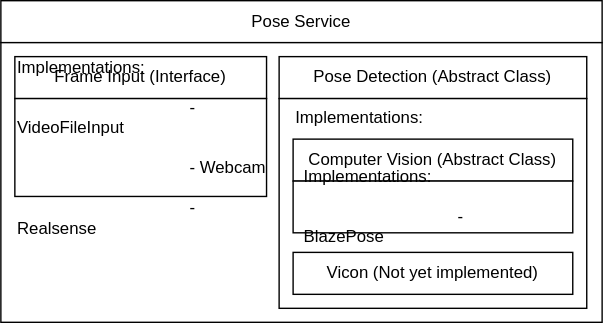
The draw.io diagram documentation/pose_service.drawio.svg in mitchellss/real_time_pose, before a commit. Source tidied: cells renumbered, new cells last; positions are measured from the earlier drawing's top-left corner, leaving out a move shared by most shapes. The source it was exported from:
```xml
<mxGraphModel>
  <root>
    <mxCell id="0" />
    <mxCell id="1" parent="0" />
    <mxCell id="2" value="Pose Service" style="whiteSpace=wrap;html=1;" parent="1" vertex="1">
      <mxGeometry width="430" height="30" as="geometry" />
    </mxCell>
    <mxCell id="3" style="whiteSpace=wrap;html=1;" parent="1" vertex="1">
      <mxGeometry y="30" width="430" height="200" as="geometry" />
    </mxCell>
    <mxCell id="4" style="group;" parent="1" vertex="1">
      <mxGeometry x="10" y="40" width="180" height="140" as="geometry" />
    </mxCell>
    <mxCell id="5" style="group;" parent="4" vertex="1">
      <mxGeometry width="180" height="90" as="geometry" />
    </mxCell>
    <mxCell id="6" value="Frame Input (Interface)" style="whiteSpace=wrap;html=1;" parent="5" vertex="1">
      <mxGeometry width="180" height="30" as="geometry" />
    </mxCell>
    <mxCell id="7" value="&amp;nbsp;Implementations:&lt;br&gt;&lt;span&gt;&lt;span style=&quot;white-space: pre&quot;&gt;&#9;&lt;/span&gt;- VideoFileInput&lt;br&gt;&lt;/span&gt;&lt;span&gt;&lt;span style=&quot;white-space: pre&quot;&gt;&#9;&lt;/span&gt;- Webcam&lt;br&gt;&lt;/span&gt;&lt;span&gt;&lt;span style=&quot;white-space: pre&quot;&gt;&#9;&lt;/span&gt;- Realsense&lt;/span&gt;&lt;span&gt;&lt;br&gt;&lt;/span&gt;" style="whiteSpace=wrap;html=1;align=left;" parent="1" vertex="1">
      <mxGeometry x="10" y="70" width="180" height="70" as="geometry" />
    </mxCell>
    <mxCell id="8" style="group;" parent="1" vertex="1">
      <mxGeometry x="199" y="40" width="220" height="180" as="geometry" />
    </mxCell>
    <mxCell id="9" value="Pose Detection (Abstract Class)" style="whiteSpace=wrap;html=1;" parent="8" vertex="1">
      <mxGeometry width="220" height="30" as="geometry" />
    </mxCell>
    <mxCell id="10" style="whiteSpace=wrap;html=1;align=left;" parent="8" vertex="1">
      <mxGeometry y="30" width="220" height="150" as="geometry" />
    </mxCell>
    <mxCell id="11" value="Computer Vision (Abstract Class)" style="whiteSpace=wrap;html=1;" parent="8" vertex="1">
      <mxGeometry x="10" y="59" width="200" height="30" as="geometry" />
    </mxCell>
    <mxCell id="12" style="whiteSpace=wrap;html=1;align=left;" parent="8" vertex="1">
      <mxGeometry x="10" y="89" width="200" height="37" as="geometry" />
    </mxCell>
    <mxCell id="13" value="Vicon (Not yet implemented)" style="whiteSpace=wrap;html=1;" parent="8" vertex="1">
      <mxGeometry x="10" y="140" width="200" height="30" as="geometry" />
    </mxCell>
    <mxCell id="14" style="edgeStyle=none;html=1;" parent="8" edge="1" source="15" target="11">
      <mxGeometry relative="1" as="geometry" />
    </mxCell>
    <mxCell id="15" value="Implementations:" style="text;html=1;strokeColor=none;fillColor=none;align=left;verticalAlign=middle;whiteSpace=wrap;rounded=0;" parent="8" vertex="1">
      <mxGeometry x="10" y="29" width="156" height="30" as="geometry" />
    </mxCell>
    <mxCell id="16" value="Implementations:&lt;br&gt;&lt;span style=&quot;white-space: pre&quot;&gt;&#9;&lt;/span&gt;- BlazePose" style="text;html=1;strokeColor=none;fillColor=none;align=left;verticalAlign=middle;whiteSpace=wrap;rounded=0;" parent="8" vertex="1">
      <mxGeometry x="16" y="92" width="156" height="30" as="geometry" />
    </mxCell>
  </root>
</mxGraphModel>
```
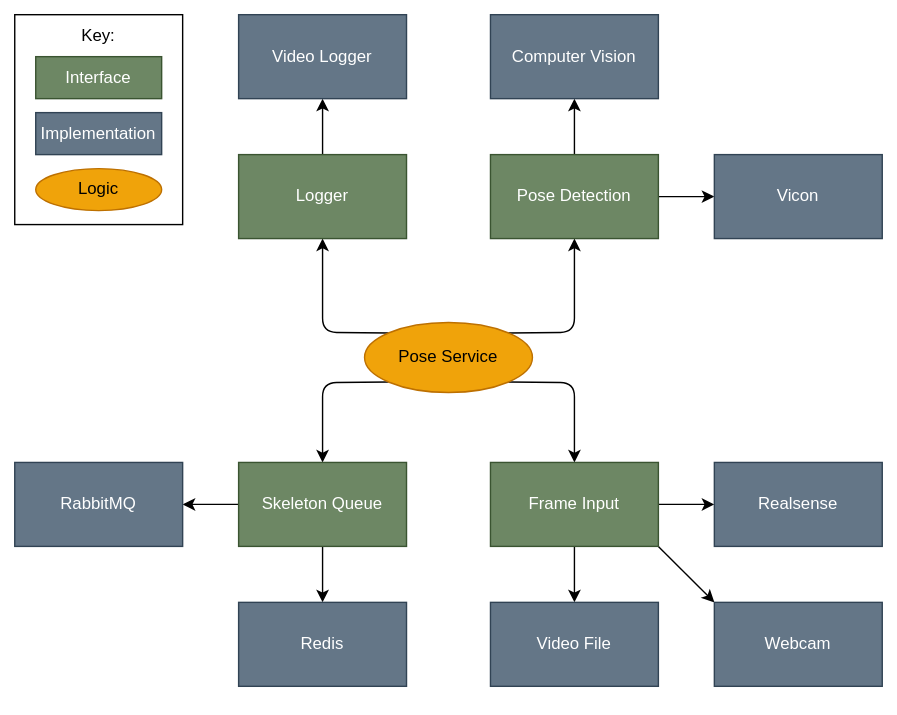
The same diagram one commit later.

Diff of the diagram source:
```diff
@@ -2,50 +2,114 @@
   <root>
     <mxCell id="0" />
     <mxCell id="1" parent="0" />
-    <mxCell id="2" value="Pose Service" style="whiteSpace=wrap;html=1;" parent="1" vertex="1">
-      <mxGeometry width="430" height="30" as="geometry" />
-    </mxCell>
-    <mxCell id="3" style="whiteSpace=wrap;html=1;" parent="1" vertex="1">
-      <mxGeometry y="30" width="430" height="200" as="geometry" />
-    </mxCell>
-    <mxCell id="4" style="group;" parent="1" vertex="1">
-      <mxGeometry x="10" y="40" width="180" height="140" as="geometry" />
-    </mxCell>
-    <mxCell id="5" style="group;" parent="4" vertex="1">
-      <mxGeometry width="180" height="90" as="geometry" />
-    </mxCell>
-    <mxCell id="6" value="Frame Input (Interface)" style="whiteSpace=wrap;html=1;" parent="5" vertex="1">
-      <mxGeometry width="180" height="30" as="geometry" />
-    </mxCell>
+    <mxCell id="17" style="rounded=0;whiteSpace=wrap;html=1;dashed=1;strokeColor=none;strokeWidth=1;fillColor=#FFFFFF;" parent="1" vertex="1">
+      <mxGeometry x="-150" y="-60" width="640" height="510" as="geometry" />
+    </mxCell>
-    <mxCell id="7" value="&amp;nbsp;Implementations:&lt;br&gt;&lt;span&gt;&lt;span style=&quot;white-space: pre&quot;&gt;&#9;&lt;/span&gt;- VideoFileInput&lt;br&gt;&lt;/span&gt;&lt;span&gt;&lt;span style=&quot;white-space: pre&quot;&gt;&#9;&lt;/span&gt;- Webcam&lt;br&gt;&lt;/span&gt;&lt;span&gt;&lt;span style=&quot;white-space: pre&quot;&gt;&#9;&lt;/span&gt;- Realsense&lt;/span&gt;&lt;span&gt;&lt;br&gt;&lt;/span&gt;" style="whiteSpace=wrap;html=1;align=left;" parent="1" vertex="1">
-      <mxGeometry x="10" y="70" width="180" height="70" as="geometry" />
+    <mxCell id="7" style="edgeStyle=none;html=1;exitX=0;exitY=0;exitDx=0;exitDy=0;entryX=0.5;entryY=1;entryDx=0;entryDy=0;" parent="1" edge="1" source="2" target="3">
+      <mxGeometry relative="1" as="geometry">
+        <Array as="points">
+          <mxPoint x="80" y="177" />
+        </Array>
+      </mxGeometry>
     </mxCell>
-    <mxCell id="8" style="group;" parent="1" vertex="1">
-      <mxGeometry x="199" y="40" width="220" height="180" as="geometry" />
-    </mxCell>
-    <mxCell id="9" value="Pose Detection (Abstract Class)" style="whiteSpace=wrap;html=1;" parent="8" vertex="1">
-      <mxGeometry width="220" height="30" as="geometry" />
-    </mxCell>
-    <mxCell id="10" style="whiteSpace=wrap;html=1;align=left;" parent="8" vertex="1">
-      <mxGeometry y="30" width="220" height="150" as="geometry" />
+    <mxCell id="10" style="edgeStyle=none;html=1;exitX=1;exitY=0;exitDx=0;exitDy=0;entryX=0.5;entryY=1;entryDx=0;entryDy=0;" parent="1" edge="1" source="2" target="24">
+      <mxGeometry relative="1" as="geometry">
+        <Array as="points">
+          <mxPoint x="260" y="177" />
+        </Array>
+      </mxGeometry>
     </mxCell>
-    <mxCell id="11" value="Computer Vision (Abstract Class)" style="whiteSpace=wrap;html=1;" parent="8" vertex="1">
-      <mxGeometry x="10" y="59" width="200" height="30" as="geometry" />
+    <mxCell id="11" style="edgeStyle=none;html=1;exitX=1;exitY=1;exitDx=0;exitDy=0;entryX=0.5;entryY=0;entryDx=0;entryDy=0;" parent="1" edge="1" source="2" target="6">
+      <mxGeometry relative="1" as="geometry">
+        <Array as="points">
+          <mxPoint x="260" y="213" />
+        </Array>
+      </mxGeometry>
     </mxCell>
-    <mxCell id="12" style="whiteSpace=wrap;html=1;align=left;" parent="8" vertex="1">
-      <mxGeometry x="10" y="89" width="200" height="37" as="geometry" />
+    <mxCell id="12" style="edgeStyle=none;html=1;exitX=0;exitY=1;exitDx=0;exitDy=0;entryX=0.5;entryY=0;entryDx=0;entryDy=0;" parent="1" edge="1" source="2" target="9">
+      <mxGeometry relative="1" as="geometry">
+        <Array as="points">
+          <mxPoint x="80" y="213" />
+        </Array>
+      </mxGeometry>
     </mxCell>
+    <mxCell id="2" value="Pose Service" style="ellipse;whiteSpace=wrap;html=1;fillColor=#f0a30a;fontColor=#000000;strokeColor=#BD7000;" parent="1" vertex="1">
+      <mxGeometry x="110" y="170" width="120" height="50" as="geometry" />
+    </mxCell>
+    <mxCell id="18" style="edgeStyle=none;html=1;entryX=0.5;entryY=1;entryDx=0;entryDy=0;" parent="1" edge="1" source="3" target="13">
+      <mxGeometry relative="1" as="geometry" />
+    </mxCell>
+    <mxCell id="3" value="Logger" style="rounded=0;whiteSpace=wrap;html=1;fillColor=#6d8764;strokeColor=#3A5431;fontColor=#ffffff;" parent="1" vertex="1">
+      <mxGeometry x="20" y="50" width="120" height="60" as="geometry" />
+    </mxCell>
+    <mxCell id="19" style="edgeStyle=none;html=1;entryX=0.5;entryY=0;entryDx=0;entryDy=0;" parent="1" edge="1" source="6" target="4">
+      <mxGeometry relative="1" as="geometry" />
+    </mxCell>
+    <mxCell id="20" style="edgeStyle=none;html=1;entryX=0;entryY=0.5;entryDx=0;entryDy=0;" parent="1" edge="1" source="6" target="5">
+      <mxGeometry relative="1" as="geometry" />
+    </mxCell>
+    <mxCell id="21" style="edgeStyle=none;html=1;exitX=1;exitY=1;exitDx=0;exitDy=0;entryX=0;entryY=0;entryDx=0;entryDy=0;" parent="1" edge="1" source="6" target="28">
+      <mxGeometry relative="1" as="geometry" />
+    </mxCell>
+    <mxCell id="6" value="Frame Input" style="rounded=0;whiteSpace=wrap;html=1;fillColor=#6d8764;fontColor=#ffffff;strokeColor=#3A5431;" parent="1" vertex="1">
+      <mxGeometry x="200" y="270" width="120" height="60" as="geometry" />
+    </mxCell>
+    <mxCell id="22" style="edgeStyle=none;html=1;entryX=0.5;entryY=1;entryDx=0;entryDy=0;" parent="1" edge="1" source="24" target="26">
+      <mxGeometry relative="1" as="geometry" />
+    </mxCell>
+    <mxCell id="23" style="edgeStyle=none;html=1;entryX=0;entryY=0.5;entryDx=0;entryDy=0;" parent="1" edge="1" source="24" target="27">
+      <mxGeometry relative="1" as="geometry" />
+    </mxCell>
+    <mxCell id="24" value="Pose Detection" style="rounded=0;whiteSpace=wrap;html=1;fillColor=#6d8764;strokeColor=#3A5431;fontColor=#ffffff;" parent="1" vertex="1">
+      <mxGeometry x="200" y="50" width="120" height="60" as="geometry" />
+    </mxCell>
+    <mxCell id="8" style="edgeStyle=none;html=1;entryX=1;entryY=0.5;entryDx=0;entryDy=0;" parent="1" edge="1" source="9" target="14">
+      <mxGeometry relative="1" as="geometry" />
+    </mxCell>
+    <mxCell id="25" style="edgeStyle=none;html=1;entryX=0.5;entryY=0;entryDx=0;entryDy=0;" parent="1" edge="1" source="9" target="15">
+      <mxGeometry relative="1" as="geometry" />
+    </mxCell>
+    <mxCell id="9" value="Skeleton Queue" style="rounded=0;whiteSpace=wrap;html=1;fillColor=#6d8764;strokeColor=#3A5431;fontColor=#ffffff;" parent="1" vertex="1">
+      <mxGeometry x="20" y="270" width="120" height="60" as="geometry" />
+    </mxCell>
-    <mxCell id="13" value="Vicon (Not yet implemented)" style="whiteSpace=wrap;html=1;" parent="8" vertex="1">
-      <mxGeometry x="10" y="140" width="200" height="30" as="geometry" />
+    <mxCell id="13" value="Video Logger" style="rounded=0;whiteSpace=wrap;html=1;fillColor=#647687;fontColor=#ffffff;strokeColor=#314354;" parent="1" vertex="1">
+      <mxGeometry x="20" y="-50" width="120" height="60" as="geometry" />
     </mxCell>
+    <mxCell id="26" value="Computer Vision" style="rounded=0;whiteSpace=wrap;html=1;fillColor=#647687;fontColor=#ffffff;strokeColor=#314354;" parent="1" vertex="1">
+      <mxGeometry x="200" y="-50" width="120" height="60" as="geometry" />
+    </mxCell>
+    <mxCell id="27" value="Vicon" style="rounded=0;whiteSpace=wrap;html=1;fillColor=#647687;fontColor=#ffffff;strokeColor=#314354;" parent="1" vertex="1">
+      <mxGeometry x="360" y="50" width="120" height="60" as="geometry" />
+    </mxCell>
+    <mxCell id="5" value="Realsense" style="rounded=0;whiteSpace=wrap;html=1;fillColor=#647687;fontColor=#ffffff;strokeColor=#314354;" parent="1" vertex="1">
+      <mxGeometry x="360" y="270" width="120" height="60" as="geometry" />
+    </mxCell>
+    <mxCell id="28" value="Webcam" style="rounded=0;whiteSpace=wrap;html=1;fillColor=#647687;fontColor=#ffffff;strokeColor=#314354;" parent="1" vertex="1">
+      <mxGeometry x="360" y="370" width="120" height="60" as="geometry" />
+    </mxCell>
+    <mxCell id="4" value="Video File" style="rounded=0;whiteSpace=wrap;html=1;fillColor=#647687;fontColor=#ffffff;strokeColor=#314354;" parent="1" vertex="1">
+      <mxGeometry x="200" y="370" width="120" height="60" as="geometry" />
+    </mxCell>
+    <mxCell id="15" value="Redis" style="rounded=0;whiteSpace=wrap;html=1;fillColor=#647687;fontColor=#ffffff;strokeColor=#314354;" parent="1" vertex="1">
+      <mxGeometry x="20" y="370" width="120" height="60" as="geometry" />
+    </mxCell>
-    <mxCell id="14" style="edgeStyle=none;html=1;" parent="8" edge="1" source="15" target="11">
-      <mxGeometry relative="1" as="geometry" />
+    <mxCell id="14" value="RabbitMQ" style="rounded=0;whiteSpace=wrap;html=1;fillColor=#647687;fontColor=#ffffff;strokeColor=#314354;" parent="1" vertex="1">
+      <mxGeometry x="-140" y="270" width="120" height="60" as="geometry" />
     </mxCell>
-    <mxCell id="15" value="Implementations:" style="text;html=1;strokeColor=none;fillColor=none;align=left;verticalAlign=middle;whiteSpace=wrap;rounded=0;" parent="8" vertex="1">
-      <mxGeometry x="10" y="29" width="156" height="30" as="geometry" />
-    </mxCell>
-    <mxCell id="16" value="Implementations:&lt;br&gt;&lt;span style=&quot;white-space: pre&quot;&gt;&#9;&lt;/span&gt;- BlazePose" style="text;html=1;strokeColor=none;fillColor=none;align=left;verticalAlign=middle;whiteSpace=wrap;rounded=0;" parent="8" vertex="1">
-      <mxGeometry x="16" y="92" width="156" height="30" as="geometry" />
-    </mxCell>
+    <mxCell id="29" value="Interface" style="rounded=0;whiteSpace=wrap;html=1;fillColor=#6d8764;strokeColor=#3A5431;fontColor=#ffffff;" parent="1" vertex="1">
+      <mxGeometry x="-125" y="-20" width="90" height="30" as="geometry" />
+    </mxCell>
+    <mxCell id="30" value="Implementation" style="rounded=0;whiteSpace=wrap;html=1;fillColor=#647687;fontColor=#ffffff;strokeColor=#314354;" parent="1" vertex="1">
+      <mxGeometry x="-125" y="20" width="90" height="30" as="geometry" />
+    </mxCell>
+    <mxCell id="31" value="Logic" style="ellipse;whiteSpace=wrap;html=1;fillColor=#f0a30a;fontColor=#000000;strokeColor=#BD7000;" parent="1" vertex="1">
+      <mxGeometry x="-125" y="60" width="90" height="30" as="geometry" />
+    </mxCell>
+    <mxCell id="32" value="Key:" style="text;html=1;strokeColor=none;fillColor=none;align=center;verticalAlign=middle;whiteSpace=wrap;rounded=0;dashed=1;" parent="1" vertex="1">
+      <mxGeometry x="-110" y="-50" width="60" height="30" as="geometry" />
+    </mxCell>
+    <mxCell id="33" style="rounded=0;whiteSpace=wrap;html=1;strokeColor=default;strokeWidth=1;fillColor=none;" parent="1" vertex="1">
+      <mxGeometry x="-140" y="-50" width="120" height="150" as="geometry" />
+    </mxCell>
   </root>
 </mxGraphModel>
```
